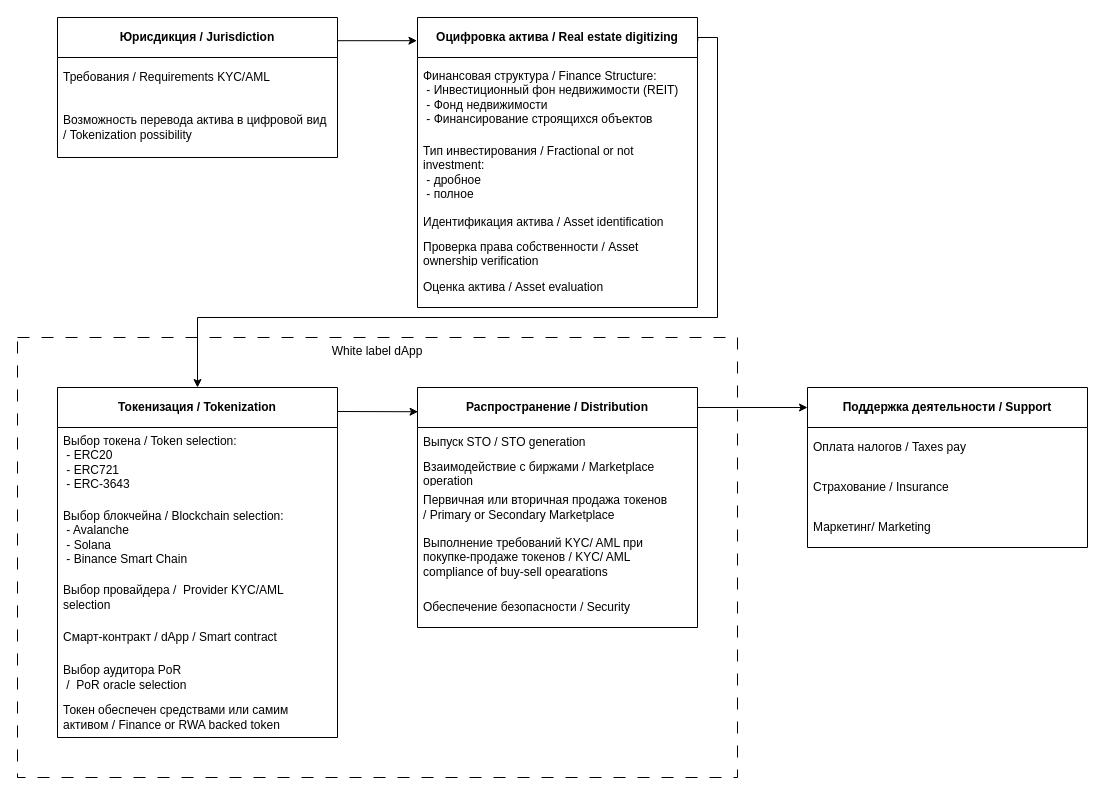
The draw.io diagram RETM_Logical.drawio in rpurei/RETM-Schemes, before the edit. Source tidied: cells renumbered, new cells numbered last; positions are measured from the earlier drawing's top-left corner, leaving out a move shared by most shapes. Both pictures are drawn from the tidied source at 100%, with x=0, y=0 at pixel (17, 17).
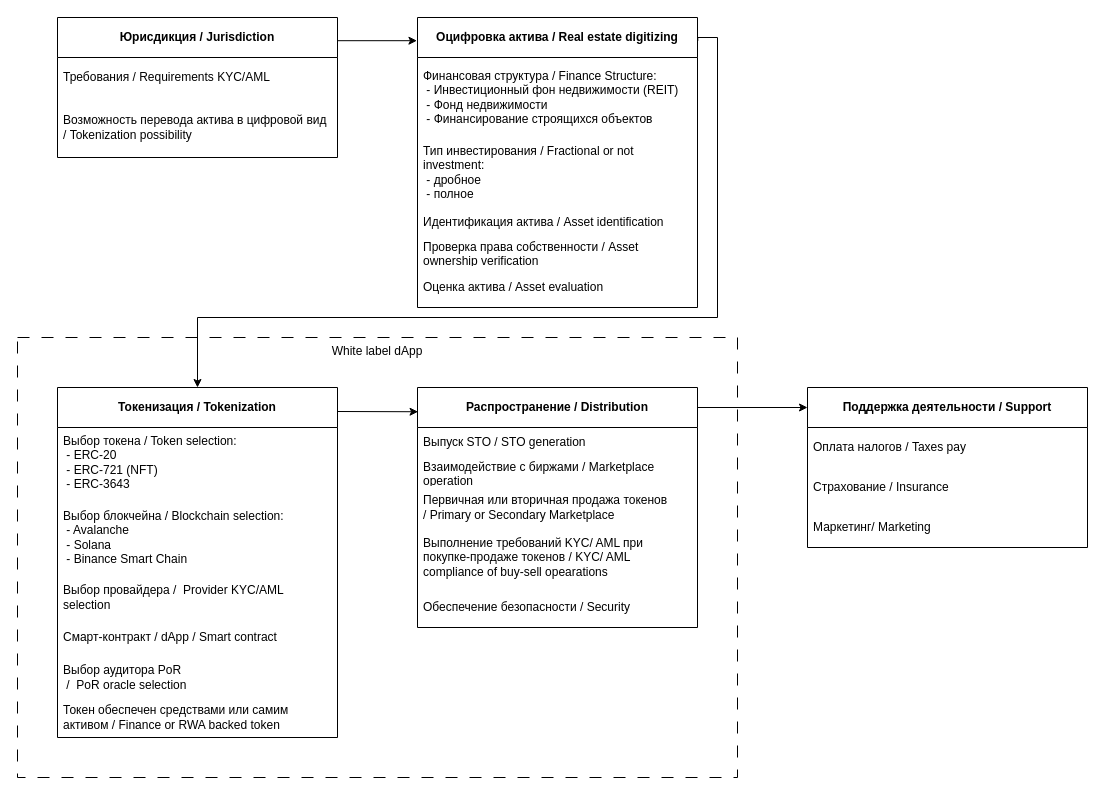
Above is the later version.

Unchanged cells that the change refers to:
```xml
<mxCell id="9" value="&lt;b&gt;Токенизация / Tokenization&lt;/b&gt;" style="swimlane;fontStyle=0;horizontal=1;startSize=40;whiteSpace=wrap;html=1;" parent="1" vertex="1">
  <mxGeometry x="40" y="370" width="280" height="350" as="geometry" />
</mxCell>
```

Change to the diagram source:
```diff
@@
-    <mxCell id="10" value="Выбор токена / Token selection:&lt;br&gt;&amp;nbsp;- ERC20&lt;br&gt;&amp;nbsp;- ERC721&lt;br&gt;&amp;nbsp;- ERC-3643" style="text;strokeColor=none;fillColor=none;align=left;verticalAlign=middle;spacingLeft=4;spacingRight=4;overflow=hidden;whiteSpace=wrap;html=1;" parent="9" vertex="1">
+    <mxCell id="10" value="Выбор токена / Token selection:&lt;br&gt;&amp;nbsp;- ERC-20&lt;br&gt;&amp;nbsp;- ERC-721 (NFT)&lt;br&gt;&amp;nbsp;- ERC-3643" style="text;strokeColor=none;fillColor=none;align=left;verticalAlign=middle;spacingLeft=4;spacingRight=4;overflow=hidden;whiteSpace=wrap;html=1;" parent="9" vertex="1">
       <mxGeometry y="40" width="280" height="70" as="geometry" />
     </mxCell>
```
